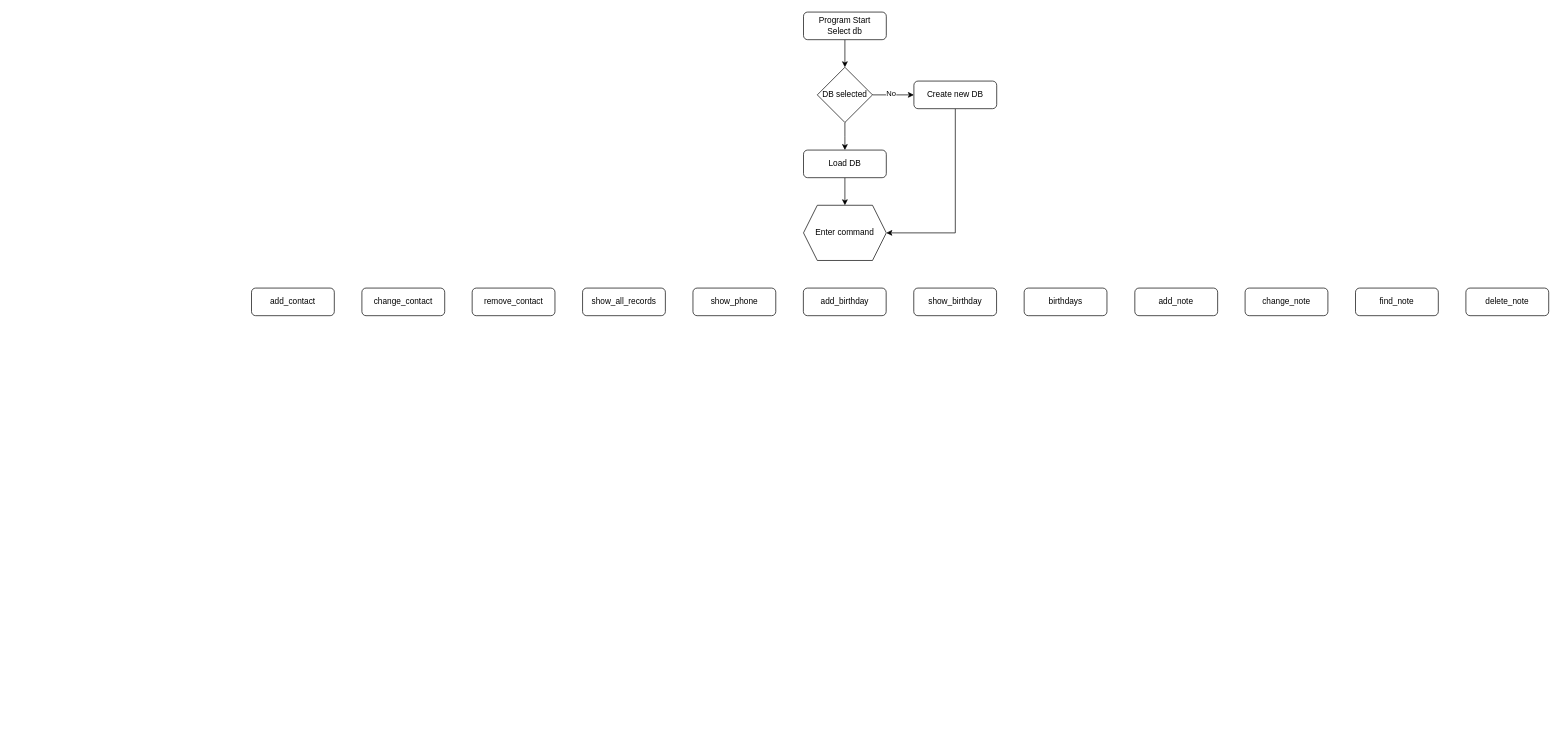
Before: FlowChart.drawio in any-nick/hw-08-public, a draw.io diagram. Source tidied: cells renumbered, new cells numbered last; positions are measured from the earlier drawing's top-left corner, leaving out a move shared by most shapes. Both pictures are drawn from the tidied source at 69%, with x=0, y=0 at pixel (251, 12).
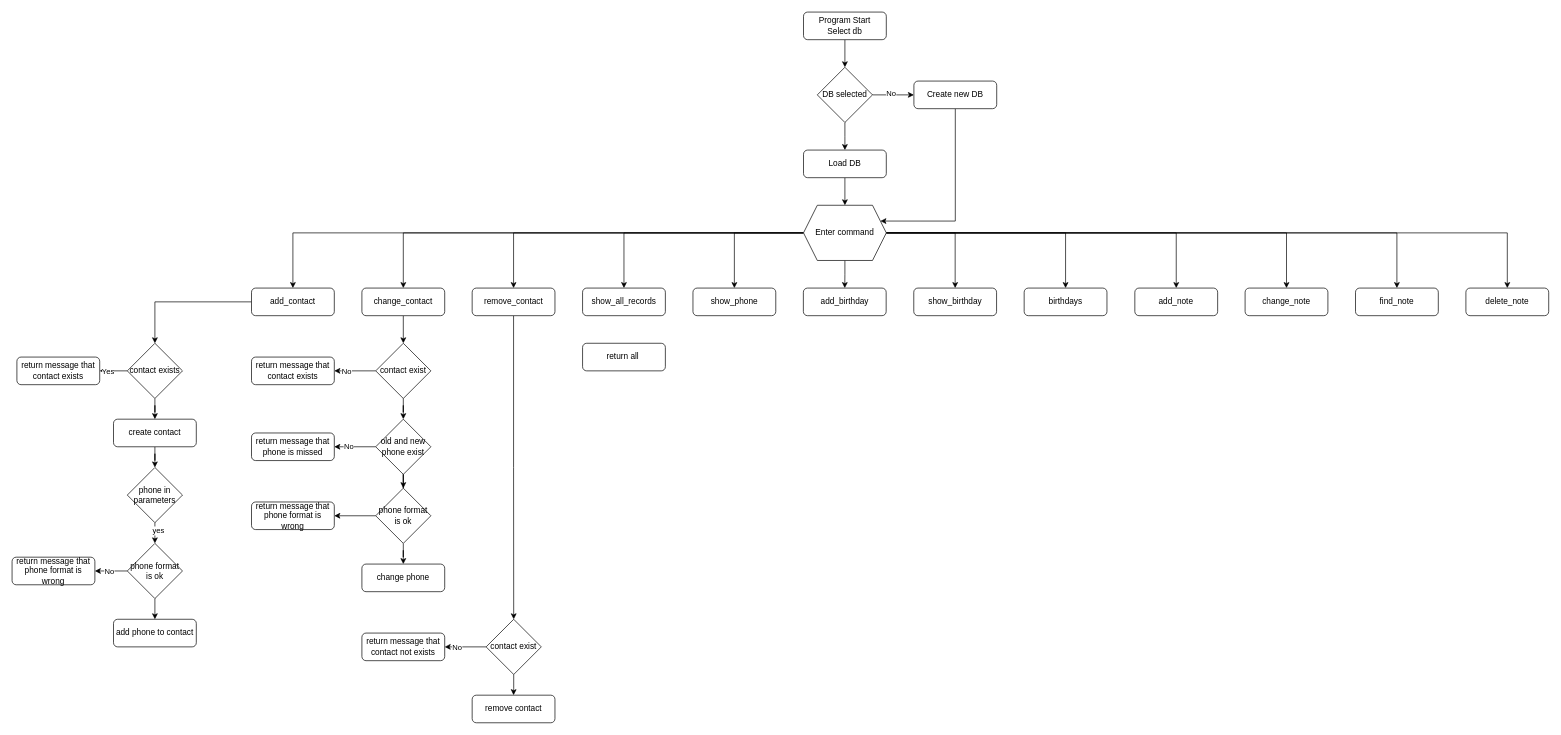
After the change.

The change refers to these unchanged cells:
```xml
<mxCell id="5" value="Create new DB" style="rounded=1;whiteSpace=wrap;html=1;fontSize=12;glass=0;strokeWidth=1;shadow=0;" parent="1" vertex="1">
  <mxGeometry x="960" y="100" width="120" height="40" as="geometry" />
</mxCell>
<mxCell id="10" value="Enter command" style="shape=hexagon;perimeter=hexagonPerimeter2;whiteSpace=wrap;html=1;fixedSize=1;" parent="1" vertex="1">
  <mxGeometry x="800" y="280" width="120" height="80" as="geometry" />
</mxCell>
<mxCell id="13" value="add_contact" style="rounded=1;whiteSpace=wrap;html=1;fontSize=12;glass=0;strokeWidth=1;shadow=0;" parent="1" vertex="1">
  <mxGeometry y="400" width="120" height="40" as="geometry" />
</mxCell>
<mxCell id="14" value="change_contact" style="rounded=1;whiteSpace=wrap;html=1;fontSize=12;glass=0;strokeWidth=1;shadow=0;" parent="1" vertex="1">
  <mxGeometry x="160" y="400" width="120" height="40" as="geometry" />
</mxCell>
<mxCell id="15" value="add_note" style="rounded=1;whiteSpace=wrap;html=1;fontSize=12;glass=0;strokeWidth=1;shadow=0;" parent="1" vertex="1">
  <mxGeometry x="1280.2" y="400" width="120" height="40" as="geometry" />
</mxCell>
<mxCell id="16" value="birthdays" style="rounded=1;whiteSpace=wrap;html=1;fontSize=12;glass=0;strokeWidth=1;shadow=0;" parent="1" vertex="1">
  <mxGeometry x="1119.8" y="400" width="120" height="40" as="geometry" />
</mxCell>
<mxCell id="17" value="show_birthday" style="rounded=1;whiteSpace=wrap;html=1;fontSize=12;glass=0;strokeWidth=1;shadow=0;" parent="1" vertex="1">
  <mxGeometry x="959.8" y="400" width="120" height="40" as="geometry" />
</mxCell>
<mxCell id="18" value="add_birthday" style="rounded=1;whiteSpace=wrap;html=1;fontSize=12;glass=0;strokeWidth=1;shadow=0;" parent="1" vertex="1">
  <mxGeometry x="799.8" y="400" width="120" height="40" as="geometry" />
</mxCell>
<mxCell id="19" value="show_phone" style="rounded=1;whiteSpace=wrap;html=1;fontSize=12;glass=0;strokeWidth=1;shadow=0;" parent="1" vertex="1">
  <mxGeometry x="639.8" y="400" width="120" height="40" as="geometry" />
</mxCell>
<mxCell id="20" value="show_all_records" style="rounded=1;whiteSpace=wrap;html=1;fontSize=12;glass=0;strokeWidth=1;shadow=0;" parent="1" vertex="1">
  <mxGeometry x="479.8" y="400" width="120" height="40" as="geometry" />
</mxCell>
<mxCell id="21" value="remove_contact" style="rounded=1;whiteSpace=wrap;html=1;fontSize=12;glass=0;strokeWidth=1;shadow=0;" parent="1" vertex="1">
  <mxGeometry x="319.8" y="400" width="120" height="40" as="geometry" />
</mxCell>
<mxCell id="22" value="change_note" style="rounded=1;whiteSpace=wrap;html=1;fontSize=12;glass=0;strokeWidth=1;shadow=0;" parent="1" vertex="1">
  <mxGeometry x="1440" y="400" width="120" height="40" as="geometry" />
</mxCell>
<mxCell id="23" value="find_note" style="rounded=1;whiteSpace=wrap;html=1;fontSize=12;glass=0;strokeWidth=1;shadow=0;" parent="1" vertex="1">
  <mxGeometry x="1600" y="400" width="120" height="40" as="geometry" />
</mxCell>
<mxCell id="24" value="delete_note" style="rounded=1;whiteSpace=wrap;html=1;fontSize=12;glass=0;strokeWidth=1;shadow=0;" parent="1" vertex="1">
  <mxGeometry x="1760" y="400" width="120" height="40" as="geometry" />
</mxCell>
```

The edit, as a diff of the source:
```diff
@@
-    <mxCell id="4" style="edgeStyle=orthogonalEdgeStyle;rounded=0;jettySize=auto;html=1;entryX=1;entryY=0.5;entryDx=0;entryDy=0;" parent="1" edge="1" source="5" target="10">
+    <mxCell id="4" style="edgeStyle=orthogonalEdgeStyle;rounded=0;jettySize=auto;html=1;entryX=1;entryY=0.25;entryDx=0;entryDy=0;" parent="1" edge="1" source="5" target="10">
       <mxGeometry relative="1" as="geometry">
         <Array as="points">
-          <mxPoint x="1020" y="320" />
+          <mxPoint x="1020" y="303" />
         </Array>
       </mxGeometry>
     </mxCell>
@@
+    <mxCell id="25" style="edgeStyle=orthogonalEdgeStyle;rounded=0;jettySize=auto;html=1;entryX=0.5;entryY=0;entryDx=0;entryDy=0;" parent="1" edge="1" source="10" target="13">
+      <mxGeometry relative="1" as="geometry" />
+    </mxCell>
+    <mxCell id="26" style="edgeStyle=orthogonalEdgeStyle;rounded=0;jettySize=auto;html=1;exitX=0.5;exitY=1;exitDx=0;exitDy=0;" parent="1" edge="1" source="10" target="18">
+      <mxGeometry relative="1" as="geometry" />
+    </mxCell>
+    <mxCell id="27" style="edgeStyle=orthogonalEdgeStyle;rounded=0;jettySize=auto;html=1;entryX=0.5;entryY=0;entryDx=0;entryDy=0;" parent="1" edge="1" source="10" target="14">
+      <mxGeometry relative="1" as="geometry" />
+    </mxCell>
+    <mxCell id="28" style="edgeStyle=orthogonalEdgeStyle;rounded=0;jettySize=auto;html=1;entryX=0.5;entryY=0;entryDx=0;entryDy=0;" parent="1" edge="1" source="10" target="21">
+      <mxGeometry relative="1" as="geometry" />
+    </mxCell>
+    <mxCell id="29" style="edgeStyle=orthogonalEdgeStyle;rounded=0;jettySize=auto;html=1;entryX=0.5;entryY=0;entryDx=0;entryDy=0;" parent="1" edge="1" source="10" target="20">
+      <mxGeometry relative="1" as="geometry" />
+    </mxCell>
+    <mxCell id="30" style="edgeStyle=orthogonalEdgeStyle;rounded=0;jettySize=auto;html=1;entryX=0.5;entryY=0;entryDx=0;entryDy=0;" parent="1" edge="1" source="10" target="19">
+      <mxGeometry relative="1" as="geometry" />
+    </mxCell>
+    <mxCell id="31" style="edgeStyle=orthogonalEdgeStyle;rounded=0;jettySize=auto;html=1;entryX=0.5;entryY=0;entryDx=0;entryDy=0;" parent="1" edge="1" source="10" target="24">
+      <mxGeometry relative="1" as="geometry" />
+    </mxCell>
+    <mxCell id="32" style="edgeStyle=orthogonalEdgeStyle;rounded=0;jettySize=auto;html=1;entryX=0.5;entryY=0;entryDx=0;entryDy=0;" parent="1" edge="1" source="10" target="23">
+      <mxGeometry relative="1" as="geometry" />
+    </mxCell>
+    <mxCell id="33" style="edgeStyle=orthogonalEdgeStyle;rounded=0;jettySize=auto;html=1;entryX=0.5;entryY=0;entryDx=0;entryDy=0;" parent="1" edge="1" source="10" target="22">
+      <mxGeometry relative="1" as="geometry" />
+    </mxCell>
+    <mxCell id="34" style="edgeStyle=orthogonalEdgeStyle;rounded=0;jettySize=auto;html=1;entryX=0.5;entryY=0;entryDx=0;entryDy=0;" parent="1" edge="1" source="10" target="15">
+      <mxGeometry relative="1" as="geometry" />
+    </mxCell>
+    <mxCell id="35" style="edgeStyle=orthogonalEdgeStyle;rounded=0;jettySize=auto;html=1;entryX=0.5;entryY=0;entryDx=0;entryDy=0;" parent="1" edge="1" source="10" target="16">
+      <mxGeometry relative="1" as="geometry" />
+    </mxCell>
+    <mxCell id="36" style="edgeStyle=orthogonalEdgeStyle;rounded=0;jettySize=auto;html=1;entryX=0.5;entryY=0;entryDx=0;entryDy=0;" parent="1" edge="1" source="10" target="17">
+      <mxGeometry relative="1" as="geometry" />
+    </mxCell>
@@
+    <mxCell id="37" style="edgeStyle=orthogonalEdgeStyle;rounded=0;jettySize=auto;html=1;entryX=0.5;entryY=0;entryDx=0;entryDy=0;" parent="1" edge="1" source="13" target="43">
+      <mxGeometry relative="1" as="geometry" />
+    </mxCell>
@@
+    <mxCell id="38" style="edgeStyle=orthogonalEdgeStyle;rounded=0;jettySize=auto;html=1;entryX=0.5;entryY=0;entryDx=0;entryDy=0;" parent="1" edge="1" source="14" target="50">
+      <mxGeometry relative="1" as="geometry" />
+    </mxCell>
@@
+    <mxCell id="39" style="edgeStyle=orthogonalEdgeStyle;rounded=0;jettySize=auto;html=1;" parent="1" edge="1" source="21" target="63">
+      <mxGeometry relative="1" as="geometry" />
+    </mxCell>
@@
+    <mxCell id="40" style="edgeStyle=orthogonalEdgeStyle;rounded=0;jettySize=auto;html=1;" parent="1" edge="1" source="43" target="44">
+      <mxGeometry relative="1" as="geometry" />
+    </mxCell>
+    <mxCell id="41" value="Yes" style="edgeLabel;html=1;align=center;verticalAlign=middle;" parent="40" vertex="1">
+      <mxGeometry x="0.43" relative="1" as="geometry" />
+    </mxCell>
+    <mxCell id="42" style="edgeStyle=orthogonalEdgeStyle;rounded=0;jettySize=auto;html=1;entryX=0.5;entryY=0;entryDx=0;entryDy=0;" parent="1" edge="1" source="43" target="46">
+      <mxGeometry relative="1" as="geometry" />
+    </mxCell>
+    <mxCell id="43" value="contact exists" style="rhombus;whiteSpace=wrap;html=1;" parent="1" vertex="1">
+      <mxGeometry x="-180" y="480" width="80" height="80" as="geometry" />
+    </mxCell>
+    <mxCell id="44" value="return message that contact exists" style="rounded=1;whiteSpace=wrap;html=1;fontSize=12;glass=0;strokeWidth=1;shadow=0;" parent="1" vertex="1">
+      <mxGeometry x="-340" y="500" width="120" height="40" as="geometry" />
+    </mxCell>
+    <mxCell id="45" style="edgeStyle=orthogonalEdgeStyle;rounded=0;jettySize=auto;html=1;entryX=0.5;entryY=0;entryDx=0;entryDy=0;" parent="1" edge="1" source="46" target="54">
+      <mxGeometry relative="1" as="geometry" />
+    </mxCell>
+    <mxCell id="46" value="create contact" style="rounded=1;whiteSpace=wrap;html=1;fontSize=12;glass=0;strokeWidth=1;shadow=0;" parent="1" vertex="1">
+      <mxGeometry x="-200" y="590" width="120" height="40" as="geometry" />
+    </mxCell>
+    <mxCell id="47" style="edgeStyle=orthogonalEdgeStyle;rounded=0;jettySize=auto;html=1;" parent="1" edge="1" source="50" target="51">
+      <mxGeometry relative="1" as="geometry" />
+    </mxCell>
+    <mxCell id="48" value="No" style="edgeLabel;html=1;align=center;verticalAlign=middle;" parent="47" vertex="1">
+      <mxGeometry x="0.43" relative="1" as="geometry" />
+    </mxCell>
+    <mxCell id="49" style="edgeStyle=orthogonalEdgeStyle;rounded=0;jettySize=auto;html=1;entryX=0.5;entryY=0;entryDx=0;entryDy=0;" parent="1" edge="1" source="70" target="52">
+      <mxGeometry relative="1" as="geometry" />
+    </mxCell>
+    <mxCell id="50" value="contact exist" style="rhombus;whiteSpace=wrap;html=1;" parent="1" vertex="1">
+      <mxGeometry x="180" y="480" width="80" height="80" as="geometry" />
+    </mxCell>
+    <mxCell id="51" value="return message that contact exists" style="rounded=1;whiteSpace=wrap;html=1;fontSize=12;glass=0;strokeWidth=1;shadow=0;" parent="1" vertex="1">
+      <mxGeometry y="500" width="120" height="40" as="geometry" />
+    </mxCell>
+    <mxCell id="52" value="change phone" style="rounded=1;whiteSpace=wrap;html=1;fontSize=12;glass=0;strokeWidth=1;shadow=0;" parent="1" vertex="1">
+      <mxGeometry x="160" y="800" width="120" height="40" as="geometry" />
+    </mxCell>
+    <mxCell id="53" style="edgeStyle=orthogonalEdgeStyle;rounded=0;jettySize=auto;html=1;exitX=0.5;exitY=1;exitDx=0;exitDy=0;entryX=0.5;entryY=0;entryDx=0;entryDy=0;" parent="1" edge="1" source="77" target="55">
+      <mxGeometry relative="1" as="geometry" />
+    </mxCell>
+    <mxCell id="54" value="phone in parameters" style="rhombus;whiteSpace=wrap;html=1;" parent="1" vertex="1">
+      <mxGeometry x="-180" y="660" width="80" height="80" as="geometry" />
+    </mxCell>
+    <mxCell id="55" value="add phone to contact" style="rounded=1;whiteSpace=wrap;html=1;fontSize=12;glass=0;strokeWidth=1;shadow=0;" parent="1" vertex="1">
+      <mxGeometry x="-200" y="880" width="120" height="40" as="geometry" />
+    </mxCell>
+    <mxCell id="56" value="return message that phone is missed" style="rounded=1;whiteSpace=wrap;html=1;fontSize=12;glass=0;strokeWidth=1;shadow=0;" parent="1" vertex="1">
+      <mxGeometry y="610" width="120" height="40" as="geometry" />
+    </mxCell>
+    <mxCell id="57" style="edgeStyle=orthogonalEdgeStyle;rounded=0;jettySize=auto;html=1;entryX=0.5;entryY=0;entryDx=0;entryDy=0;" parent="1" edge="1" source="50" target="60">
+      <mxGeometry relative="1" as="geometry" />
+    </mxCell>
+    <mxCell id="58" style="edgeStyle=orthogonalEdgeStyle;rounded=0;jettySize=auto;html=1;entryX=1;entryY=0.5;entryDx=0;entryDy=0;" parent="1" edge="1" source="60" target="56">
+      <mxGeometry relative="1" as="geometry" />
+    </mxCell>
+    <mxCell id="59" value="No" style="edgeLabel;html=1;align=center;verticalAlign=middle;" parent="58" vertex="1">
+      <mxGeometry x="0.33" y="-1" relative="1" as="geometry" />
+    </mxCell>
+    <mxCell id="60" value="old and new phone exist" style="rhombus;whiteSpace=wrap;html=1;" parent="1" vertex="1">
+      <mxGeometry x="180" y="590" width="80" height="80" as="geometry" />
+    </mxCell>
+    <mxCell id="61" style="edgeStyle=orthogonalEdgeStyle;rounded=0;jettySize=auto;html=1;" parent="1" edge="1" source="63" target="64">
+      <mxGeometry relative="1" as="geometry" />
+    </mxCell>
+    <mxCell id="62" value="No" style="edgeLabel;html=1;align=center;verticalAlign=middle;" parent="61" vertex="1">
+      <mxGeometry x="0.43" relative="1" as="geometry" />
+    </mxCell>
+    <mxCell id="63" value="contact exist" style="rhombus;whiteSpace=wrap;html=1;" parent="1" vertex="1">
+      <mxGeometry x="340" y="880" width="80" height="80" as="geometry" />
+    </mxCell>
+    <mxCell id="64" value="return message that contact not exists" style="rounded=1;whiteSpace=wrap;html=1;fontSize=12;glass=0;strokeWidth=1;shadow=0;" parent="1" vertex="1">
+      <mxGeometry x="160" y="900" width="120" height="40" as="geometry" />
+    </mxCell>
+    <mxCell id="65" style="edgeStyle=orthogonalEdgeStyle;rounded=0;jettySize=auto;html=1;entryX=0.5;entryY=0;entryDx=0;entryDy=0;" parent="1" edge="1" source="63" target="66">
+      <mxGeometry relative="1" as="geometry" />
+    </mxCell>
+    <mxCell id="66" value="remove contact" style="rounded=1;whiteSpace=wrap;html=1;fontSize=12;glass=0;strokeWidth=1;shadow=0;" parent="1" vertex="1">
+      <mxGeometry x="319.8" y="990" width="120" height="40" as="geometry" />
+    </mxCell>
+    <mxCell id="67" value="return all&amp;nbsp;" style="rounded=1;whiteSpace=wrap;html=1;fontSize=12;glass=0;strokeWidth=1;shadow=0;" parent="1" vertex="1">
+      <mxGeometry x="479.8" y="480" width="120" height="40" as="geometry" />
+    </mxCell>
+    <mxCell id="68" style="edgeStyle=orthogonalEdgeStyle;rounded=0;jettySize=auto;html=1;entryX=0.5;entryY=0;entryDx=0;entryDy=0;" parent="1" edge="1" source="60" target="70">
+      <mxGeometry relative="1" as="geometry" />
+    </mxCell>
+    <mxCell id="69" style="edgeStyle=orthogonalEdgeStyle;rounded=0;jettySize=auto;html=1;entryX=1;entryY=0.5;entryDx=0;entryDy=0;" parent="1" edge="1" source="70" target="71">
+      <mxGeometry relative="1" as="geometry" />
+    </mxCell>
+    <mxCell id="70" value="phone format is ok" style="rhombus;whiteSpace=wrap;html=1;" parent="1" vertex="1">
+      <mxGeometry x="180" y="690" width="80" height="80" as="geometry" />
+    </mxCell>
+    <mxCell id="71" value="return message that phone format is wrong" style="rounded=1;whiteSpace=wrap;html=1;fontSize=12;glass=0;strokeWidth=1;shadow=0;" parent="1" vertex="1">
+      <mxGeometry y="710" width="120" height="40" as="geometry" />
+    </mxCell>
+    <mxCell id="72" style="edgeStyle=orthogonalEdgeStyle;rounded=0;jettySize=auto;html=1;entryX=1;entryY=0.5;entryDx=0;entryDy=0;" parent="1" edge="1" source="77" target="74">
+      <mxGeometry relative="1" as="geometry" />
+    </mxCell>
+    <mxCell id="73" value="No" style="edgeLabel;html=1;align=center;verticalAlign=middle;" parent="72" vertex="1">
+      <mxGeometry x="0.14" relative="1" as="geometry" />
+    </mxCell>
+    <mxCell id="74" value="return message that phone format is wrong" style="rounded=1;whiteSpace=wrap;html=1;fontSize=12;glass=0;strokeWidth=1;shadow=0;" parent="1" vertex="1">
+      <mxGeometry x="-347" y="790" width="120" height="40" as="geometry" />
+    </mxCell>
+    <mxCell id="75" style="edgeStyle=orthogonalEdgeStyle;rounded=0;jettySize=auto;html=1;exitX=0.5;exitY=1;exitDx=0;exitDy=0;entryX=0.5;entryY=0;entryDx=0;entryDy=0;" parent="1" edge="1" source="54" target="77">
+      <mxGeometry relative="1" as="geometry" />
+    </mxCell>
+    <mxCell id="76" value="yes" style="edgeLabel;html=1;align=center;verticalAlign=middle;" parent="75" vertex="1">
+      <mxGeometry x="-0.29" y="4" relative="1" as="geometry" />
+    </mxCell>
+    <mxCell id="77" value="phone format is ok" style="rhombus;whiteSpace=wrap;html=1;" parent="1" vertex="1">
+      <mxGeometry x="-180" y="770" width="80" height="80" as="geometry" />
+    </mxCell>
```
